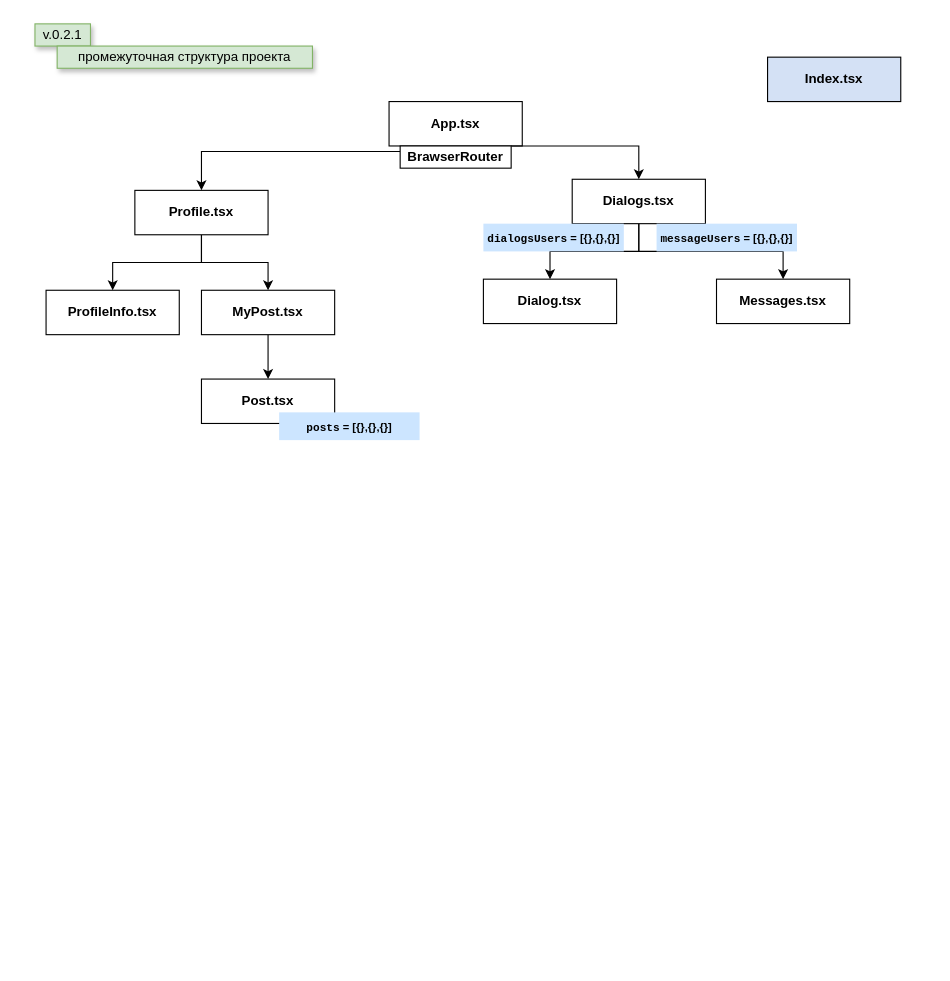
This is Untitled Diagram.drawio from AndrosovMA/Social_network, a draw.io file, before an edit. Source tidied: cells renumbered, new cells numbered last; positions are measured from the earlier drawing's top-left corner, leaving out a move shared by most shapes. Both pictures are drawn from the tidied source at 111%, with x=0, y=0 at pixel (34, 23).
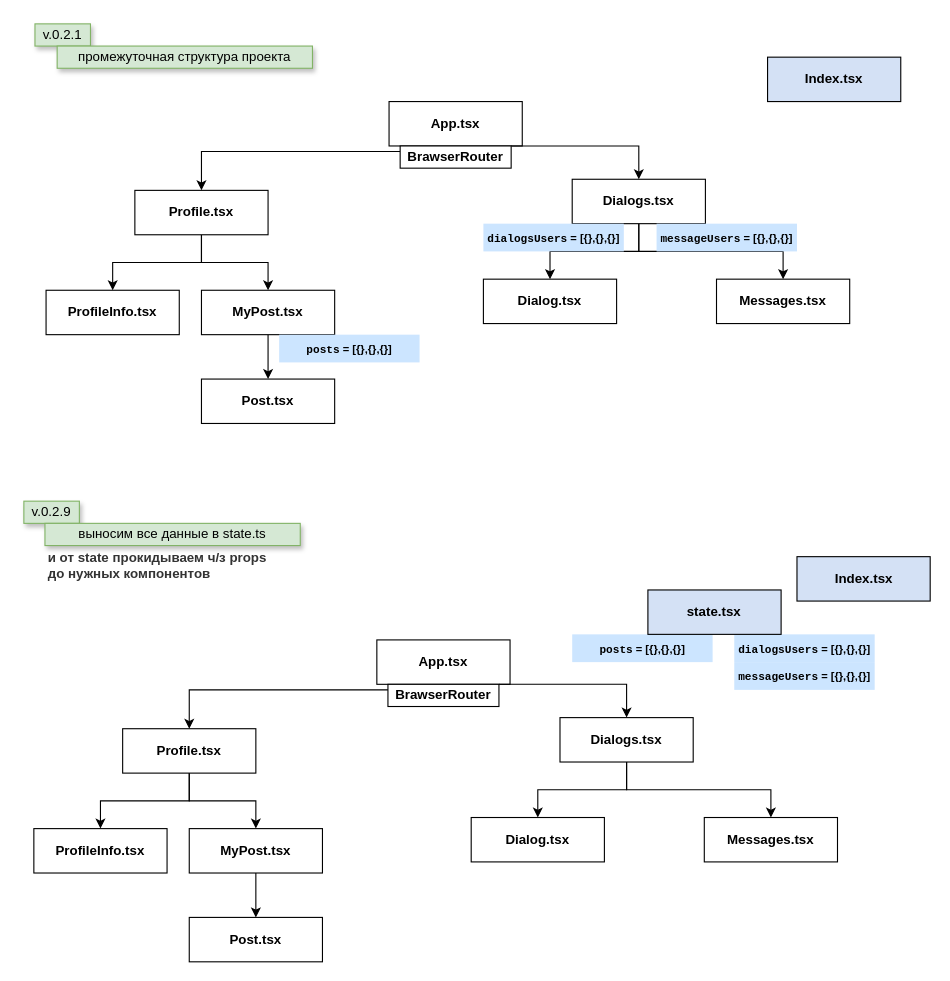
The same page after the edit.

Diff of the diagram source:
```diff
@@
     <mxCell id="23" value="&lt;b&gt;&lt;font style=&quot;font-size: 10px&quot;&gt;&lt;font face=&quot;jetbrains mono, monospace&quot;&gt;posts&lt;/font&gt; = [{},{},{}]&lt;/font&gt;&lt;/b&gt;" style="rounded=0;whiteSpace=wrap;html=1;shadow=0;strokeColor=none;fillColor=#CCE5FF;" parent="1" vertex="1">
-      <mxGeometry x="220" y="350" width="126.5" height="25" as="geometry" />
+      <mxGeometry x="220" y="280" width="126.5" height="25" as="geometry" />
     </mxCell>
+    <mxCell id="24" value="v.0.2.9" style="text;html=1;strokeColor=#82b366;fillColor=#d5e8d4;align=center;verticalAlign=middle;whiteSpace=wrap;rounded=0;glass=0;shadow=1;" parent="1" vertex="1">
+      <mxGeometry x="-10" y="430" width="50" height="20" as="geometry" />
+    </mxCell>
+    <mxCell id="25" value="выносим все данные в state.ts" style="text;html=1;strokeColor=#82b366;fillColor=#D5E8D4;align=center;verticalAlign=middle;whiteSpace=wrap;rounded=0;glass=0;shadow=1;" parent="1" vertex="1">
+      <mxGeometry x="9" y="450" width="230" height="20" as="geometry" />
+    </mxCell>
+    <mxCell id="26" value="&lt;b&gt;App.tsx&lt;/b&gt;" style="rounded=0;whiteSpace=wrap;html=1;fillColor=#FFFFFF;" parent="1" vertex="1">
+      <mxGeometry x="308" y="555" width="120" height="40" as="geometry" />
+    </mxCell>
+    <mxCell id="27" style="edgeStyle=orthogonalEdgeStyle;rounded=0;jettySize=auto;html=1;exitX=0.5;exitY=1;exitDx=0;exitDy=0;entryX=0.5;entryY=0;entryDx=0;entryDy=0;fontSize=10;fontColor=#000000;" parent="1" edge="1" source="29" target="37">
+      <mxGeometry relative="1" as="geometry" />
+    </mxCell>
+    <mxCell id="28" style="edgeStyle=orthogonalEdgeStyle;rounded=0;jettySize=auto;html=1;exitX=0.5;exitY=1;exitDx=0;exitDy=0;entryX=0.5;entryY=0;entryDx=0;entryDy=0;fontSize=10;fontColor=#000000;" parent="1" edge="1" source="29" target="39">
+      <mxGeometry relative="1" as="geometry" />
+    </mxCell>
+    <mxCell id="29" value="&lt;b&gt;Profile.tsx&lt;/b&gt;" style="rounded=0;whiteSpace=wrap;html=1;fillColor=#FFFFFF;" parent="1" vertex="1">
+      <mxGeometry x="79" y="635" width="120" height="40" as="geometry" />
+    </mxCell>
+    <mxCell id="30" style="edgeStyle=orthogonalEdgeStyle;rounded=0;jettySize=auto;html=1;exitX=0.5;exitY=1;exitDx=0;exitDy=0;entryX=0.5;entryY=0;entryDx=0;entryDy=0;fontSize=10;fontColor=#000000;" parent="1" edge="1" source="32" target="41">
+      <mxGeometry relative="1" as="geometry" />
+    </mxCell>
+    <mxCell id="31" style="edgeStyle=orthogonalEdgeStyle;rounded=0;jettySize=auto;html=1;exitX=0.5;exitY=1;exitDx=0;exitDy=0;fontSize=10;fontColor=#000000;" parent="1" edge="1" source="32" target="42">
+      <mxGeometry relative="1" as="geometry" />
+    </mxCell>
+    <mxCell id="32" value="&lt;b&gt;Dialogs.tsx&lt;/b&gt;" style="rounded=0;whiteSpace=wrap;html=1;fillColor=#FFFFFF;" parent="1" vertex="1">
+      <mxGeometry x="473" y="625" width="120" height="40" as="geometry" />
+    </mxCell>
+    <mxCell id="33" style="edgeStyle=orthogonalEdgeStyle;rounded=0;jettySize=auto;html=1;exitX=0;exitY=0.25;exitDx=0;exitDy=0;entryX=0.5;entryY=0;entryDx=0;entryDy=0;fontSize=10;fontColor=#000000;" parent="1" edge="1" source="35" target="29">
+      <mxGeometry relative="1" as="geometry" />
+    </mxCell>
+    <mxCell id="34" style="edgeStyle=orthogonalEdgeStyle;rounded=0;jettySize=auto;html=1;exitX=1;exitY=0;exitDx=0;exitDy=0;entryX=0.5;entryY=0;entryDx=0;entryDy=0;fontSize=10;fontColor=#000000;" parent="1" edge="1" source="35" target="32">
+      <mxGeometry relative="1" as="geometry">
+        <Array as="points">
+          <mxPoint x="533" y="595" />
+        </Array>
+      </mxGeometry>
+    </mxCell>
+    <mxCell id="35" value="&lt;b&gt;BrawserRouter&lt;/b&gt;" style="rounded=0;whiteSpace=wrap;html=1;fillColor=#FFFFFF;" parent="1" vertex="1">
+      <mxGeometry x="318" y="595" width="100" height="20" as="geometry" />
+    </mxCell>
+    <mxCell id="36" value="&lt;b&gt;Index.tsx&lt;/b&gt;" style="rounded=0;whiteSpace=wrap;html=1;fillColor=#D4E1F5;shadow=0;strokeColor=#000000;" parent="1" vertex="1">
+      <mxGeometry x="686.5" y="480" width="120" height="40" as="geometry" />
+    </mxCell>
+    <mxCell id="37" value="&lt;b&gt;ProfileInfo.tsx&lt;/b&gt;" style="rounded=0;whiteSpace=wrap;html=1;fillColor=#FFFFFF;" parent="1" vertex="1">
+      <mxGeometry x="-1" y="725" width="120" height="40" as="geometry" />
+    </mxCell>
+    <mxCell id="38" style="edgeStyle=orthogonalEdgeStyle;rounded=0;jettySize=auto;html=1;exitX=0.5;exitY=1;exitDx=0;exitDy=0;fontSize=10;fontColor=#000000;" parent="1" edge="1" source="39" target="40">
+      <mxGeometry relative="1" as="geometry" />
+    </mxCell>
+    <mxCell id="39" value="&lt;b&gt;MyPost.tsx&lt;/b&gt;" style="rounded=0;whiteSpace=wrap;html=1;fillColor=#FFFFFF;" parent="1" vertex="1">
+      <mxGeometry x="139" y="725" width="120" height="40" as="geometry" />
+    </mxCell>
+    <mxCell id="40" value="&lt;b&gt;Post.tsx&lt;/b&gt;" style="rounded=0;whiteSpace=wrap;html=1;fillColor=#FFFFFF;" parent="1" vertex="1">
+      <mxGeometry x="139" y="805" width="120" height="40" as="geometry" />
+    </mxCell>
+    <mxCell id="41" value="&lt;b&gt;Dialog.tsx&lt;/b&gt;" style="rounded=0;whiteSpace=wrap;html=1;fillColor=#FFFFFF;" parent="1" vertex="1">
+      <mxGeometry x="393" y="715" width="120" height="40" as="geometry" />
+    </mxCell>
+    <mxCell id="42" value="&lt;b&gt;Messages.tsx&lt;/b&gt;" style="rounded=0;whiteSpace=wrap;html=1;fillColor=#FFFFFF;" parent="1" vertex="1">
+      <mxGeometry x="603" y="715" width="120" height="40" as="geometry" />
+    </mxCell>
+    <mxCell id="43" value="&lt;b&gt;&lt;font style=&quot;font-size: 10px&quot;&gt;&lt;span style=&quot;font-family: &amp;#34;jetbrains mono&amp;#34; , monospace&quot;&gt;dialogsUsers&lt;/span&gt;&amp;nbsp;= [{},{},{}]&lt;/font&gt;&lt;/b&gt;" style="rounded=0;whiteSpace=wrap;html=1;shadow=0;strokeColor=none;fillColor=#CCE5FF;" parent="1" vertex="1">
+      <mxGeometry x="630" y="550" width="126.5" height="25" as="geometry" />
+    </mxCell>
+    <mxCell id="44" value="&lt;b&gt;&lt;font style=&quot;font-size: 10px&quot;&gt;&lt;span style=&quot;font-family: &amp;#34;jetbrains mono&amp;#34; , monospace&quot;&gt;messageUsers&lt;/span&gt;&amp;nbsp;= [{},{},{}]&lt;/font&gt;&lt;/b&gt;" style="rounded=0;whiteSpace=wrap;html=1;shadow=0;strokeColor=none;fillColor=#CCE5FF;" parent="1" vertex="1">
+      <mxGeometry x="630" y="575" width="126.5" height="25" as="geometry" />
+    </mxCell>
+    <mxCell id="45" value="&lt;b&gt;&lt;font style=&quot;font-size: 10px&quot;&gt;&lt;font face=&quot;jetbrains mono, monospace&quot;&gt;posts&lt;/font&gt; = [{},{},{}]&lt;/font&gt;&lt;/b&gt;" style="rounded=0;whiteSpace=wrap;html=1;shadow=0;strokeColor=none;fillColor=#CCE5FF;" parent="1" vertex="1">
+      <mxGeometry x="484" y="550" width="126.5" height="25" as="geometry" />
+    </mxCell>
+    <mxCell id="46" value="&lt;b&gt;state.tsx&lt;/b&gt;" style="rounded=0;whiteSpace=wrap;html=1;fillColor=#D4E1F5;shadow=0;strokeColor=#000000;" parent="1" vertex="1">
+      <mxGeometry x="552.2" y="510" width="120" height="40" as="geometry" />
+    </mxCell>
+    <mxCell id="47" value="&lt;b&gt;и от state прокидываем ч/з props до нужных компонентов&lt;/b&gt;" style="text;html=1;strokeColor=none;fillColor=none;align=left;verticalAlign=middle;whiteSpace=wrap;rounded=0;labelBackgroundColor=none;labelBorderColor=none;fontFamily=Helvetica;fontSize=12;fontColor=#333333;" parent="1" vertex="1">
+      <mxGeometry x="10" y="465" width="210" height="45" as="geometry" />
+    </mxCell>
```
